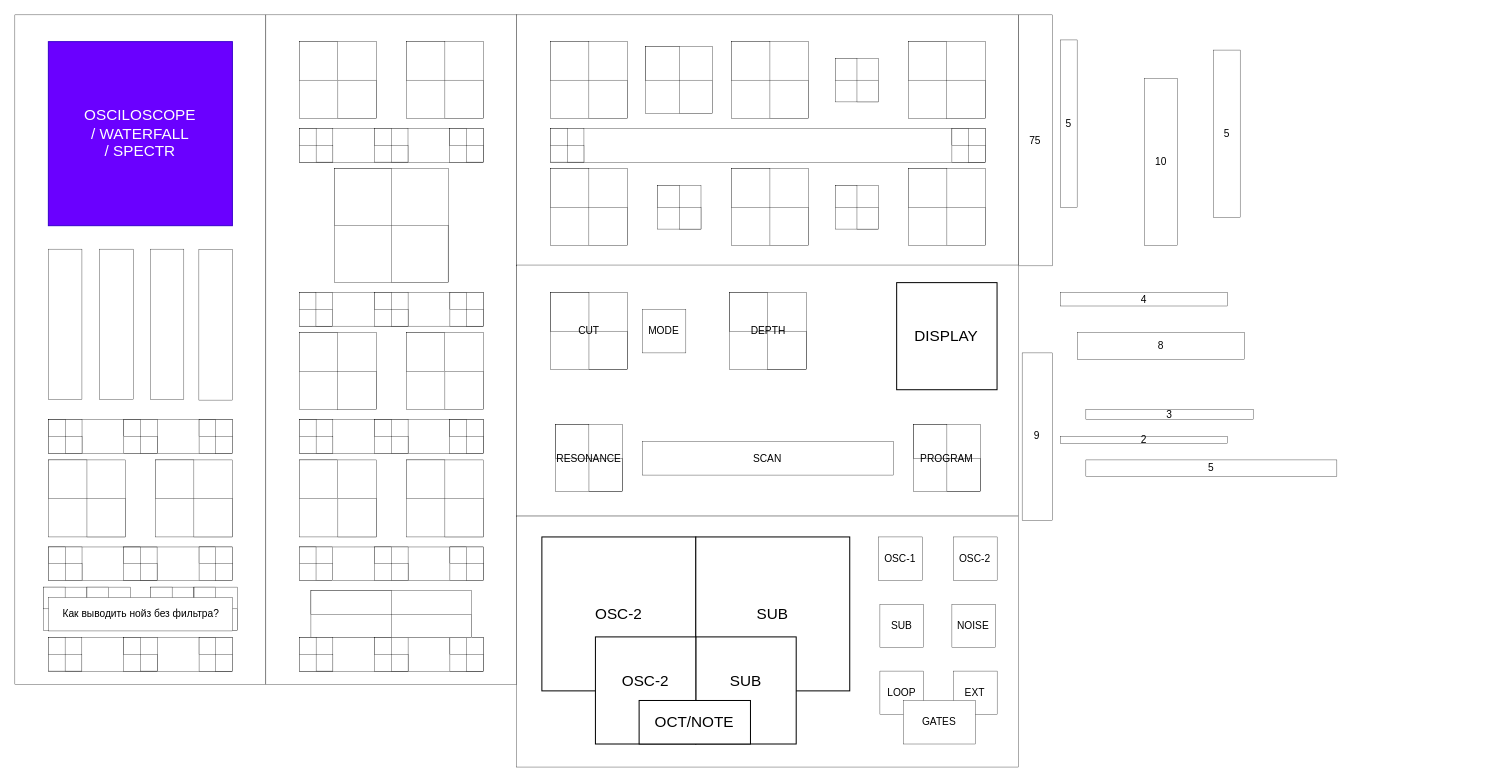
Earlier version of the draw.io diagram page "Page-3" (3 of 3) of Untitled Diagram.drawio (wtfedor/git_intro). Source tidied: cells renumbered, new cells numbered last; positions are measured from the earlier drawing's top-left corner, leaving out a move shared by most shapes. Both pictures are drawn from the tidied source at 85%, with x=0, y=0 at pixel (14, 14).
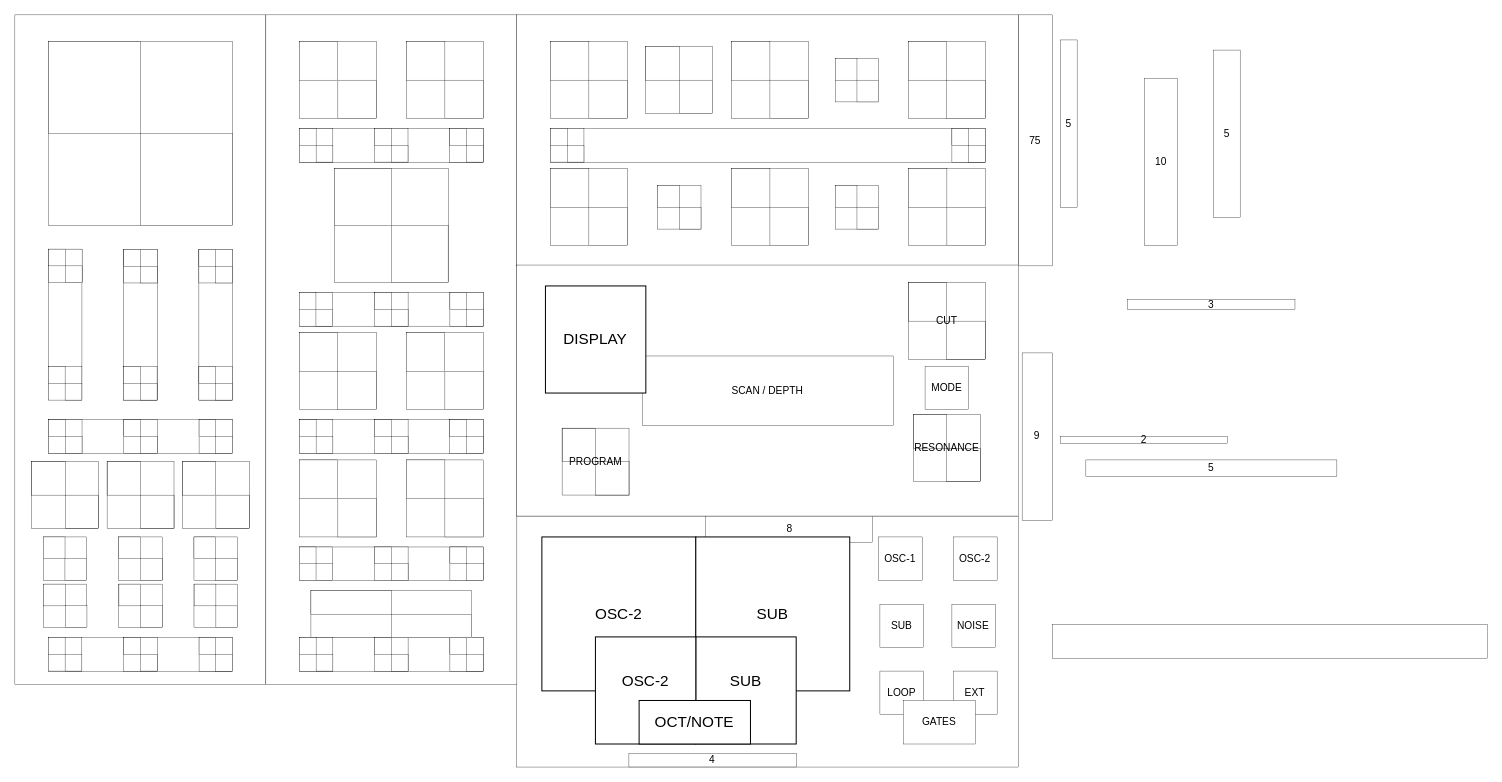
The same page after the edit.

The edit, as a diff of the source:
```diff
@@
+    <mxCell id="161" style="rounded=0;whiteSpace=wrap;html=1;strokeWidth=0.3937;" parent="1" vertex="1">
+      <mxGeometry x="590.5" y="589.6" width="590.5" height="295.3" as="geometry" />
+    </mxCell>
@@
-    <mxCell id="6" value="&lt;div&gt;OSCILOSCOPE&lt;/div&gt;/ WATERFALL&lt;br&gt;/ SPECTR" style="rounded=0;whiteSpace=wrap;html=1;strokeWidth=1.1810999999999998;fontSize=18;fillColor=#6a00ff;fontColor=#ffffff;strokeColor=#3700CC;" parent="1" vertex="1">
+    <mxCell id="6" style="rounded=0;whiteSpace=wrap;html=1;strokeWidth=0.3937;fontSize=18;" parent="1" vertex="1">
       <mxGeometry x="39.4" y="31.5" width="216.5" height="216.5" as="geometry" />
     </mxCell>
@@
     <mxCell id="22" value="&lt;div&gt;4&lt;/div&gt;" style="rounded=0;whiteSpace=wrap;html=1;strokeWidth=0.3937;" parent="1" vertex="1">
-      <mxGeometry x="1230" y="326.8" width="196.8" height="15.7" as="geometry" />
+      <mxGeometry x="722.4" y="869.1" width="196.8" height="15.7" as="geometry" />
     </mxCell>
@@
     <mxCell id="101" value="8" style="rounded=0;whiteSpace=wrap;html=1;strokeWidth=0.3937;" parent="1" vertex="1">
-      <mxGeometry x="1250" y="374" width="196.8" height="31.5" as="geometry" />
+      <mxGeometry x="812.5" y="589.6" width="196.8" height="31.5" as="geometry" />
     </mxCell>
@@
     <mxCell id="104" style="rounded=0;whiteSpace=wrap;html=1;strokeWidth=0.3937;fontSize=18;" parent="1" vertex="1">
-      <mxGeometry x="99.9" y="275.6" width="39.4" height="177.2" as="geometry" />
+      <mxGeometry x="128" y="276" width="39.4" height="177.2" as="geometry" />
     </mxCell>
-    <mxCell id="105" style="rounded=0;whiteSpace=wrap;html=1;strokeWidth=0.3937;fontSize=18;" parent="1" vertex="1">
-      <mxGeometry x="159.4" y="275.6" width="39.4" height="177.2" as="geometry" />
-    </mxCell>
@@
-    <mxCell id="108" style="rounded=0;whiteSpace=wrap;html=1;strokeWidth=0.3937;" parent="1" vertex="1">
-      <mxGeometry x="39.6" y="523.6" width="90.6" height="90.6" as="geometry" />
-    </mxCell>
-    <mxCell id="109" style="rounded=0;whiteSpace=wrap;html=1;strokeWidth=0.3937;" parent="1" vertex="1">
-      <mxGeometry x="39.5" y="523.6" width="45.3" height="45.3" as="geometry" />
-    </mxCell>
-    <mxCell id="110" style="rounded=0;whiteSpace=wrap;html=1;strokeWidth=0.3937;" parent="1" vertex="1">
-      <mxGeometry x="84.8" y="568.9" width="45.3" height="45.3" as="geometry" />
-    </mxCell>
@@
-    <mxCell id="112" style="rounded=0;whiteSpace=wrap;html=1;strokeWidth=0.3937;" parent="1" vertex="1">
-      <mxGeometry x="127.9" y="626" width="39.4" height="39.4" as="geometry" />
-    </mxCell>
-    <mxCell id="113" style="rounded=0;whiteSpace=wrap;html=1;strokeWidth=0.3937;" parent="1" vertex="1">
-      <mxGeometry x="127.9" y="626" width="19.7" height="19.7" as="geometry" />
-    </mxCell>
-    <mxCell id="114" style="rounded=0;whiteSpace=wrap;html=1;strokeWidth=0.3937;" parent="1" vertex="1">
-      <mxGeometry x="147.6" y="645.7" width="19.7" height="19.7" as="geometry" />
-    </mxCell>
@@
-    <mxCell id="121" style="rounded=0;whiteSpace=wrap;html=1;strokeWidth=0.3937;" parent="1" vertex="1">
-      <mxGeometry x="33.7" y="673.2" width="51.2" height="51.2" as="geometry" />
-    </mxCell>
-    <mxCell id="122" style="rounded=0;whiteSpace=wrap;html=1;strokeWidth=0.3937;" parent="1" vertex="1">
-      <mxGeometry x="84.8" y="673.2" width="51.2" height="51.2" as="geometry" />
-    </mxCell>
-    <mxCell id="123" style="rounded=0;whiteSpace=wrap;html=1;strokeWidth=0.3937;" parent="1" vertex="1">
-      <mxGeometry x="165.3" y="523.6" width="90.6" height="90.6" as="geometry" />
-    </mxCell>
-    <mxCell id="124" style="rounded=0;whiteSpace=wrap;html=1;strokeWidth=0.3937;" parent="1" vertex="1">
-      <mxGeometry x="165.3" y="523.6" width="45.3" height="45.3" as="geometry" />
-    </mxCell>
-    <mxCell id="125" style="rounded=0;whiteSpace=wrap;html=1;strokeWidth=0.3937;" parent="1" vertex="1">
-      <mxGeometry x="210.6" y="568.9" width="45.3" height="45.3" as="geometry" />
-    </mxCell>
     <mxCell id="126" style="rounded=0;whiteSpace=wrap;html=1;strokeWidth=0.3937;" parent="1" vertex="1">
-      <mxGeometry x="159.4" y="673.2" width="51.2" height="51.2" as="geometry" />
+      <mxGeometry x="33.3" y="614.2" width="51.2" height="51.2" as="geometry" />
     </mxCell>
     <mxCell id="127" style="rounded=0;whiteSpace=wrap;html=1;strokeWidth=0.3937;" parent="1" vertex="1">
-      <mxGeometry x="210.6" y="673.2" width="51.2" height="51.2" as="geometry" />
+      <mxGeometry x="33.4" y="669.7" width="51.2" height="51.2" as="geometry" />
     </mxCell>
-    <mxCell id="128" style="rounded=0;whiteSpace=wrap;html=1;strokeWidth=0.3937;fillColor=none;" parent="1" vertex="1">
-      <mxGeometry x="39.6" y="626" width="216.5" height="39.4" as="geometry" />
-    </mxCell>
@@
     <mxCell id="137" value="3" style="rounded=0;whiteSpace=wrap;html=1;strokeWidth=0.3937;" parent="1" vertex="1">
-      <mxGeometry x="1260" y="464.6" width="196.8" height="11.8" as="geometry" />
+      <mxGeometry x="1309.2" y="334.7" width="196.8" height="11.8" as="geometry" />
     </mxCell>
@@
-    <mxCell id="146" value="SCAN" style="rounded=0;whiteSpace=wrap;html=1;strokeWidth=0.3937;" parent="1" vertex="1">
-      <mxGeometry x="738.2" y="502" width="295.3" height="39.4" as="geometry" />
+    <mxCell id="146" value="SCAN / DEPTH" style="rounded=0;whiteSpace=wrap;html=1;strokeWidth=0.3937;" parent="1" vertex="1">
+      <mxGeometry x="738.2" y="401.3" width="295.3" height="81.4" as="geometry" />
     </mxCell>
     <mxCell id="147" value="CUT" style="rounded=0;whiteSpace=wrap;html=1;strokeWidth=0.3937;" parent="1" vertex="1">
-      <mxGeometry x="630.1" y="326.8" width="90.6" height="90.6" as="geometry" />
+      <mxGeometry x="1051.2" y="315" width="90.6" height="90.6" as="geometry" />
     </mxCell>
     <mxCell id="148" style="rounded=0;whiteSpace=wrap;html=1;strokeWidth=0.3937;fillColor=none;" parent="1" vertex="1">
-      <mxGeometry x="630.1" y="326.8" width="45.3" height="45.3" as="geometry" />
+      <mxGeometry x="1051.1" y="315" width="45.3" height="45.3" as="geometry" />
     </mxCell>
     <mxCell id="149" style="rounded=0;whiteSpace=wrap;html=1;strokeWidth=0.3937;fillColor=none;" parent="1" vertex="1">
-      <mxGeometry x="675.4" y="372.1" width="45.3" height="45.3" as="geometry" />
+      <mxGeometry x="1096.4" y="360.3" width="45.3" height="45.3" as="geometry" />
     </mxCell>
-    <mxCell id="150" value="DEPTH" style="rounded=0;whiteSpace=wrap;html=1;strokeWidth=0.3937;" parent="1" vertex="1">
-      <mxGeometry x="840.6" y="326.8" width="90.6" height="90.6" as="geometry" />
-    </mxCell>
-    <mxCell id="151" style="rounded=0;whiteSpace=wrap;html=1;strokeWidth=0.3937;fillColor=none;" parent="1" vertex="1">
-      <mxGeometry x="840.5" y="326.8" width="45.3" height="45.3" as="geometry" />
-    </mxCell>
-    <mxCell id="152" style="rounded=0;whiteSpace=wrap;html=1;strokeWidth=0.3937;fillColor=none;" parent="1" vertex="1">
-      <mxGeometry x="885.8" y="372.1" width="45.3" height="45.3" as="geometry" />
-    </mxCell>
     <mxCell id="153" value="RESONANCE" style="rounded=0;whiteSpace=wrap;html=1;strokeWidth=0.3937;direction=south;" parent="1" vertex="1">
-      <mxGeometry x="635.9" y="482.3" width="78.7" height="78.7" as="geometry" />
+      <mxGeometry x="1057" y="470.5" width="78.7" height="78.7" as="geometry" />
     </mxCell>
     <mxCell id="154" value="DISPLAY" style="rounded=0;whiteSpace=wrap;html=1;strokeWidth=1.1810999999999998;fontSize=18;" parent="1" vertex="1">
-      <mxGeometry x="1037.4" y="315" width="118.1" height="126" as="geometry" />
+      <mxGeometry x="624.2" y="318.9" width="118.1" height="126" as="geometry" />
     </mxCell>
     <mxCell id="155" value="MODE" style="rounded=0;whiteSpace=wrap;html=1;strokeWidth=0.3937;" parent="1" vertex="1">
-      <mxGeometry x="738.2" y="346.5" width="51.2" height="51.2" as="geometry" />
+      <mxGeometry x="1070.8" y="413.4" width="51.2" height="51.2" as="geometry" />
     </mxCell>
     <mxCell id="156" style="rounded=0;whiteSpace=wrap;html=1;strokeWidth=0.3937;fillColor=none;" parent="1" vertex="1">
-      <mxGeometry x="635.9" y="482.3" width="39.4" height="39.4" as="geometry" />
+      <mxGeometry x="1057" y="470.5" width="39.4" height="39.4" as="geometry" />
     </mxCell>
     <mxCell id="157" style="rounded=0;whiteSpace=wrap;html=1;strokeWidth=0.3937;fillColor=none;" parent="1" vertex="1">
-      <mxGeometry x="675.4" y="521.7" width="39.4" height="39.4" as="geometry" />
+      <mxGeometry x="1096.4" y="509.9" width="39.4" height="39.4" as="geometry" />
     </mxCell>
     <mxCell id="158" value="PROGRAM" style="rounded=0;whiteSpace=wrap;html=1;strokeWidth=0.3937;direction=south;" parent="1" vertex="1">
-      <mxGeometry x="1057.1" y="482.3" width="78.7" height="78.7" as="geometry" />
+      <mxGeometry x="643.8" y="486.2" width="78.7" height="78.7" as="geometry" />
     </mxCell>
     <mxCell id="159" style="rounded=0;whiteSpace=wrap;html=1;strokeWidth=0.3937;fillColor=none;" parent="1" vertex="1">
-      <mxGeometry x="1057.1" y="482.3" width="39.4" height="39.4" as="geometry" />
+      <mxGeometry x="643.8" y="486.2" width="39.4" height="39.4" as="geometry" />
     </mxCell>
     <mxCell id="160" style="rounded=0;whiteSpace=wrap;html=1;strokeWidth=0.3937;fillColor=none;" parent="1" vertex="1">
-      <mxGeometry x="1096.5" y="521.7" width="39.4" height="39.4" as="geometry" />
+      <mxGeometry x="683.2" y="525.6" width="39.4" height="39.4" as="geometry" />
     </mxCell>
-    <mxCell id="161" style="rounded=0;whiteSpace=wrap;html=1;strokeWidth=0.3937;" parent="1" vertex="1">
-      <mxGeometry x="590.5" y="589.6" width="590.5" height="295.3" as="geometry" />
-    </mxCell>
@@
-    <mxCell id="194" style="rounded=0;whiteSpace=wrap;html=1;strokeWidth=0.3937;" parent="1" vertex="1">
-      <mxGeometry x="39.6" y="626" width="39.4" height="39.4" as="geometry" />
-    </mxCell>
-    <mxCell id="195" style="rounded=0;whiteSpace=wrap;html=1;strokeWidth=0.3937;" parent="1" vertex="1">
-      <mxGeometry x="39.6" y="626" width="19.7" height="19.7" as="geometry" />
-    </mxCell>
-    <mxCell id="196" style="rounded=0;whiteSpace=wrap;html=1;strokeWidth=0.3937;" parent="1" vertex="1">
-      <mxGeometry x="59.3" y="645.7" width="19.7" height="19.7" as="geometry" />
-    </mxCell>
-    <mxCell id="197" style="rounded=0;whiteSpace=wrap;html=1;strokeWidth=0.3937;" parent="1" vertex="1">
-      <mxGeometry x="216.7" y="626" width="39.4" height="39.4" as="geometry" />
-    </mxCell>
-    <mxCell id="198" style="rounded=0;whiteSpace=wrap;html=1;strokeWidth=0.3937;" parent="1" vertex="1">
-      <mxGeometry x="216.7" y="626" width="19.7" height="19.7" as="geometry" />
-    </mxCell>
-    <mxCell id="199" style="rounded=0;whiteSpace=wrap;html=1;strokeWidth=0.3937;" parent="1" vertex="1">
-      <mxGeometry x="236.4" y="645.7" width="19.7" height="19.7" as="geometry" />
-    </mxCell>
-    <mxCell id="200" style="rounded=0;whiteSpace=wrap;html=1;strokeWidth=0.3937;" parent="1" vertex="1">
-      <mxGeometry x="33.5" y="673.2" width="25.6" height="25.6" as="geometry" />
-    </mxCell>
-    <mxCell id="201" style="rounded=0;whiteSpace=wrap;html=1;strokeWidth=0.3937;" parent="1" vertex="1">
-      <mxGeometry x="59" y="698.8" width="25.6" height="25.6" as="geometry" />
-    </mxCell>
-    <mxCell id="202" style="rounded=0;whiteSpace=wrap;html=1;strokeWidth=0.3937;" parent="1" vertex="1">
-      <mxGeometry x="84.8" y="673.2" width="25.6" height="25.6" as="geometry" />
-    </mxCell>
-    <mxCell id="203" style="rounded=0;whiteSpace=wrap;html=1;strokeWidth=0.3937;" parent="1" vertex="1">
-      <mxGeometry x="110.4" y="698.8" width="25.6" height="25.6" as="geometry" />
-    </mxCell>
     <mxCell id="204" style="rounded=0;whiteSpace=wrap;html=1;strokeWidth=0.3937;" parent="1" vertex="1">
-      <mxGeometry x="159.4" y="673.2" width="25.6" height="25.6" as="geometry" />
+      <mxGeometry x="33.4" y="614.2" width="25.6" height="25.6" as="geometry" />
     </mxCell>
     <mxCell id="205" style="rounded=0;whiteSpace=wrap;html=1;strokeWidth=0.3937;" parent="1" vertex="1">
-      <mxGeometry x="185" y="698.8" width="25.6" height="25.6" as="geometry" />
+      <mxGeometry x="58.9" y="639.8" width="25.6" height="25.6" as="geometry" />
     </mxCell>
     <mxCell id="206" style="rounded=0;whiteSpace=wrap;html=1;strokeWidth=0.3937;" parent="1" vertex="1">
-      <mxGeometry x="210.8" y="673.2" width="25.6" height="25.6" as="geometry" />
+      <mxGeometry x="33.6" y="669.7" width="25.6" height="25.6" as="geometry" />
     </mxCell>
     <mxCell id="207" style="rounded=0;whiteSpace=wrap;html=1;strokeWidth=0.3937;" parent="1" vertex="1">
-      <mxGeometry x="236.4" y="698.8" width="25.6" height="25.6" as="geometry" />
+      <mxGeometry x="59.2" y="695.2" width="25.6" height="25.6" as="geometry" />
     </mxCell>
-    <mxCell id="208" value="Как выводить нойз без фильтра?" style="rounded=0;whiteSpace=wrap;html=1;strokeWidth=0.3937;" parent="1" vertex="1">
-      <mxGeometry x="39.6" y="685.4" width="216.5" height="39.4" as="geometry" />
-    </mxCell>
+    <mxCell id="209" style="rounded=0;whiteSpace=wrap;html=1;strokeWidth=0.3937;direction=south;" parent="1" vertex="1">
+      <mxGeometry x="19.9" y="525.6" width="78.7" height="78.7" as="geometry" />
+    </mxCell>
+    <mxCell id="210" style="rounded=0;whiteSpace=wrap;html=1;strokeWidth=0.3937;direction=south;" parent="1" vertex="1">
+      <mxGeometry x="108.5" y="525.6" width="78.7" height="78.7" as="geometry" />
+    </mxCell>
+    <mxCell id="211" style="rounded=0;whiteSpace=wrap;html=1;strokeWidth=0.3937;direction=south;" parent="1" vertex="1">
+      <mxGeometry x="197" y="525.6" width="78.7" height="78.7" as="geometry" />
+    </mxCell>
+    <mxCell id="212" style="rounded=0;whiteSpace=wrap;html=1;strokeWidth=0.3937;" parent="1" vertex="1">
+      <mxGeometry x="122.1" y="614.2" width="51.2" height="51.2" as="geometry" />
+    </mxCell>
+    <mxCell id="213" style="rounded=0;whiteSpace=wrap;html=1;strokeWidth=0.3937;" parent="1" vertex="1">
+      <mxGeometry x="122.1" y="669.7" width="51.2" height="51.2" as="geometry" />
+    </mxCell>
+    <mxCell id="214" style="rounded=0;whiteSpace=wrap;html=1;strokeWidth=0.3937;" parent="1" vertex="1">
+      <mxGeometry x="122.1" y="614.2" width="25.6" height="25.6" as="geometry" />
+    </mxCell>
+    <mxCell id="215" style="rounded=0;whiteSpace=wrap;html=1;strokeWidth=0.3937;" parent="1" vertex="1">
+      <mxGeometry x="147.7" y="639.8" width="25.6" height="25.6" as="geometry" />
+    </mxCell>
+    <mxCell id="216" style="rounded=0;whiteSpace=wrap;html=1;strokeWidth=0.3937;" parent="1" vertex="1">
+      <mxGeometry x="122.4" y="669.7" width="25.6" height="25.6" as="geometry" />
+    </mxCell>
+    <mxCell id="217" style="rounded=0;whiteSpace=wrap;html=1;strokeWidth=0.3937;" parent="1" vertex="1">
+      <mxGeometry x="148" y="695.2" width="25.6" height="25.6" as="geometry" />
+    </mxCell>
+    <mxCell id="218" style="rounded=0;whiteSpace=wrap;html=1;strokeWidth=0.3937;" parent="1" vertex="1">
+      <mxGeometry x="210.7" y="614.2" width="51.2" height="51.2" as="geometry" />
+    </mxCell>
+    <mxCell id="219" style="rounded=0;whiteSpace=wrap;html=1;strokeWidth=0.3937;" parent="1" vertex="1">
+      <mxGeometry x="210.7" y="669.7" width="51.2" height="51.2" as="geometry" />
+    </mxCell>
+    <mxCell id="220" style="rounded=0;whiteSpace=wrap;html=1;strokeWidth=0.3937;" parent="1" vertex="1">
+      <mxGeometry x="210.7" y="614.2" width="25.6" height="25.6" as="geometry" />
+    </mxCell>
+    <mxCell id="221" style="rounded=0;whiteSpace=wrap;html=1;strokeWidth=0.3937;" parent="1" vertex="1">
+      <mxGeometry x="236.3" y="639.8" width="25.6" height="25.6" as="geometry" />
+    </mxCell>
+    <mxCell id="222" style="rounded=0;whiteSpace=wrap;html=1;strokeWidth=0.3937;" parent="1" vertex="1">
+      <mxGeometry x="210.9" y="669.7" width="25.6" height="25.6" as="geometry" />
+    </mxCell>
+    <mxCell id="223" style="rounded=0;whiteSpace=wrap;html=1;strokeWidth=0.3937;" parent="1" vertex="1">
+      <mxGeometry x="236.5" y="695.3" width="25.6" height="25.6" as="geometry" />
+    </mxCell>
+    <mxCell id="224" style="rounded=0;whiteSpace=wrap;html=1;strokeWidth=0.3937;fillColor=none;" parent="1" vertex="1">
+      <mxGeometry x="19.9" y="525.6" width="39.4" height="39.4" as="geometry" />
+    </mxCell>
+    <mxCell id="225" style="rounded=0;whiteSpace=wrap;html=1;strokeWidth=0.3937;fillColor=none;" parent="1" vertex="1">
+      <mxGeometry x="59.3" y="565" width="39.4" height="39.4" as="geometry" />
+    </mxCell>
+    <mxCell id="226" style="rounded=0;whiteSpace=wrap;html=1;strokeWidth=0.3937;fillColor=none;" parent="1" vertex="1">
+      <mxGeometry x="108.5" y="525.6" width="39.4" height="39.4" as="geometry" />
+    </mxCell>
+    <mxCell id="227" style="rounded=0;whiteSpace=wrap;html=1;strokeWidth=0.3937;fillColor=none;" parent="1" vertex="1">
+      <mxGeometry x="147.9" y="565" width="39.4" height="39.4" as="geometry" />
+    </mxCell>
+    <mxCell id="228" style="rounded=0;whiteSpace=wrap;html=1;strokeWidth=0.3937;fillColor=none;" parent="1" vertex="1">
+      <mxGeometry x="197" y="525.6" width="39.4" height="39.4" as="geometry" />
+    </mxCell>
+    <mxCell id="229" style="rounded=0;whiteSpace=wrap;html=1;strokeWidth=0.3937;fillColor=none;" parent="1" vertex="1">
+      <mxGeometry x="236.5" y="565" width="39.4" height="39.4" as="geometry" />
+    </mxCell>
+    <mxCell id="230" style="rounded=0;whiteSpace=wrap;html=1;strokeWidth=0.3937;fontSize=18;" parent="1" vertex="1">
+      <mxGeometry x="39.7" y="31.5" width="108.3" height="108.3" as="geometry" />
+    </mxCell>
+    <mxCell id="231" style="rounded=0;whiteSpace=wrap;html=1;strokeWidth=0.3937;fontSize=18;" parent="1" vertex="1">
+      <mxGeometry x="147.6" y="139.8" width="108.3" height="108.3" as="geometry" />
+    </mxCell>
+    <mxCell id="232" style="rounded=0;whiteSpace=wrap;html=1;strokeWidth=0.3937;" parent="1" vertex="1">
+      <mxGeometry x="39.4" y="413.8" width="39.4" height="39.4" as="geometry" />
+    </mxCell>
+    <mxCell id="233" style="rounded=0;whiteSpace=wrap;html=1;strokeWidth=0.3937;" parent="1" vertex="1">
+      <mxGeometry x="39.4" y="413.8" width="19.7" height="19.7" as="geometry" />
+    </mxCell>
+    <mxCell id="234" style="rounded=0;whiteSpace=wrap;html=1;strokeWidth=0.3937;" parent="1" vertex="1">
+      <mxGeometry x="59.1" y="433.5" width="19.7" height="19.7" as="geometry" />
+    </mxCell>
+    <mxCell id="235" style="rounded=0;whiteSpace=wrap;html=1;strokeWidth=0.3937;" parent="1" vertex="1">
+      <mxGeometry x="39.7" y="275.6" width="39.4" height="39.4" as="geometry" />
+    </mxCell>
+    <mxCell id="236" style="rounded=0;whiteSpace=wrap;html=1;strokeWidth=0.3937;" parent="1" vertex="1">
+      <mxGeometry x="39.7" y="275.6" width="19.7" height="19.7" as="geometry" />
+    </mxCell>
+    <mxCell id="237" style="rounded=0;whiteSpace=wrap;html=1;strokeWidth=0.3937;" parent="1" vertex="1">
+      <mxGeometry x="59.4" y="295.3" width="19.7" height="19.7" as="geometry" />
+    </mxCell>
+    <mxCell id="238" style="rounded=0;whiteSpace=wrap;html=1;strokeWidth=0.3937;" parent="1" vertex="1">
+      <mxGeometry x="128.2" y="276" width="39.4" height="39.4" as="geometry" />
+    </mxCell>
+    <mxCell id="239" style="rounded=0;whiteSpace=wrap;html=1;strokeWidth=0.3937;" parent="1" vertex="1">
+      <mxGeometry x="128.2" y="276" width="19.7" height="19.7" as="geometry" />
+    </mxCell>
+    <mxCell id="240" style="rounded=0;whiteSpace=wrap;html=1;strokeWidth=0.3937;" parent="1" vertex="1">
+      <mxGeometry x="147.8" y="295.7" width="19.7" height="19.7" as="geometry" />
+    </mxCell>
+    <mxCell id="241" style="rounded=0;whiteSpace=wrap;html=1;strokeWidth=0.3937;" parent="1" vertex="1">
+      <mxGeometry x="216.5" y="276" width="39.4" height="39.4" as="geometry" />
+    </mxCell>
+    <mxCell id="242" style="rounded=0;whiteSpace=wrap;html=1;strokeWidth=0.3937;" parent="1" vertex="1">
+      <mxGeometry x="216.5" y="276" width="19.7" height="19.7" as="geometry" />
+    </mxCell>
+    <mxCell id="243" style="rounded=0;whiteSpace=wrap;html=1;strokeWidth=0.3937;" parent="1" vertex="1">
+      <mxGeometry x="236.2" y="295.7" width="19.7" height="19.7" as="geometry" />
+    </mxCell>
+    <mxCell id="244" style="rounded=0;whiteSpace=wrap;html=1;strokeWidth=0.3937;" parent="1" vertex="1">
+      <mxGeometry x="127.9" y="413.8" width="39.4" height="39.4" as="geometry" />
+    </mxCell>
+    <mxCell id="245" style="rounded=0;whiteSpace=wrap;html=1;strokeWidth=0.3937;" parent="1" vertex="1">
+      <mxGeometry x="127.9" y="413.8" width="19.7" height="19.7" as="geometry" />
+    </mxCell>
+    <mxCell id="246" style="rounded=0;whiteSpace=wrap;html=1;strokeWidth=0.3937;" parent="1" vertex="1">
+      <mxGeometry x="147.6" y="433.5" width="19.7" height="19.7" as="geometry" />
+    </mxCell>
+    <mxCell id="247" style="rounded=0;whiteSpace=wrap;html=1;strokeWidth=0.3937;" parent="1" vertex="1">
+      <mxGeometry x="216.5" y="413.8" width="39.4" height="39.4" as="geometry" />
+    </mxCell>
+    <mxCell id="248" style="rounded=0;whiteSpace=wrap;html=1;strokeWidth=0.3937;" parent="1" vertex="1">
+      <mxGeometry x="216.5" y="413.8" width="19.7" height="19.7" as="geometry" />
+    </mxCell>
+    <mxCell id="249" style="rounded=0;whiteSpace=wrap;html=1;strokeWidth=0.3937;" parent="1" vertex="1">
+      <mxGeometry x="236.2" y="433.5" width="19.7" height="19.7" as="geometry" />
+    </mxCell>
+    <mxCell id="250" style="rounded=0;whiteSpace=wrap;html=1;strokeWidth=0.3937;" parent="1" vertex="1">
+      <mxGeometry x="1220.5" y="717.5" width="511.8" height="39.4" as="geometry" />
+    </mxCell>
```
